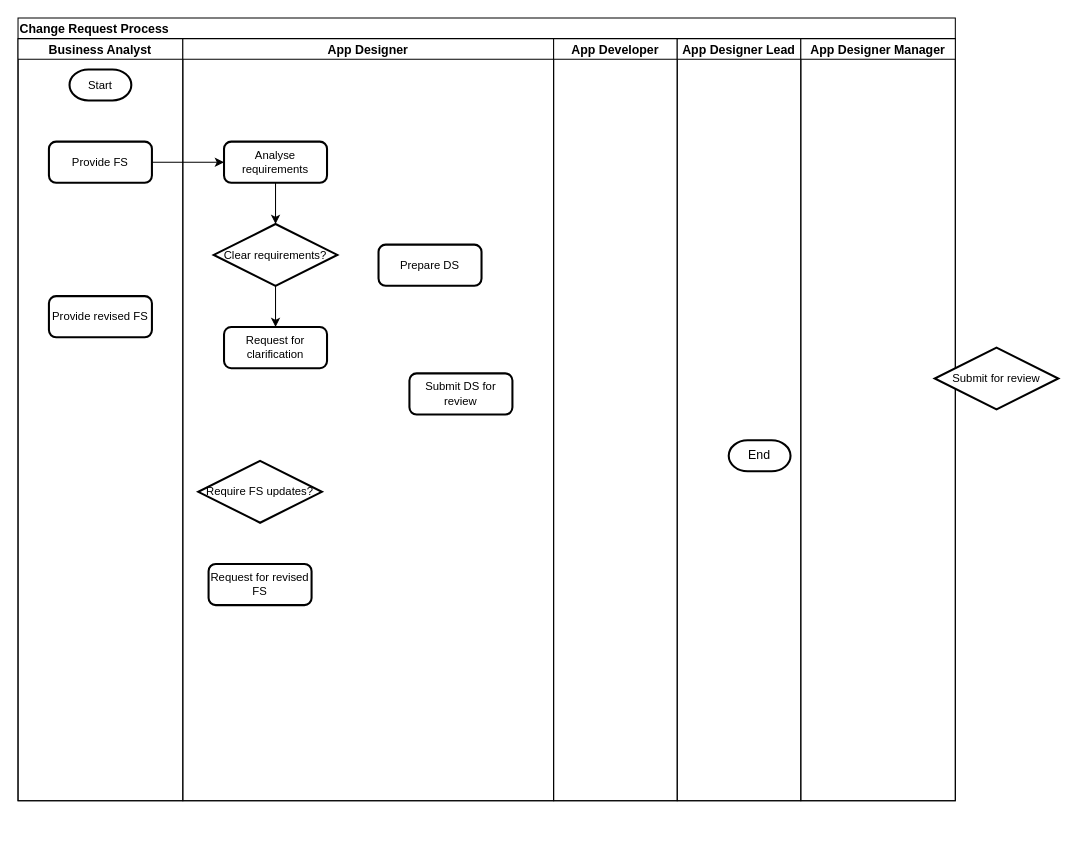
Above: process.drawio in titangal/hello-world (draw.io), before the change. Source tidied: cells renumbered, new cells numbered last; positions are measured from the earlier drawing's top-left corner, leaving out a move shared by most shapes. Both pictures are drawn from the tidied source at 103%, with x=0, y=0 at pixel (18, 18).
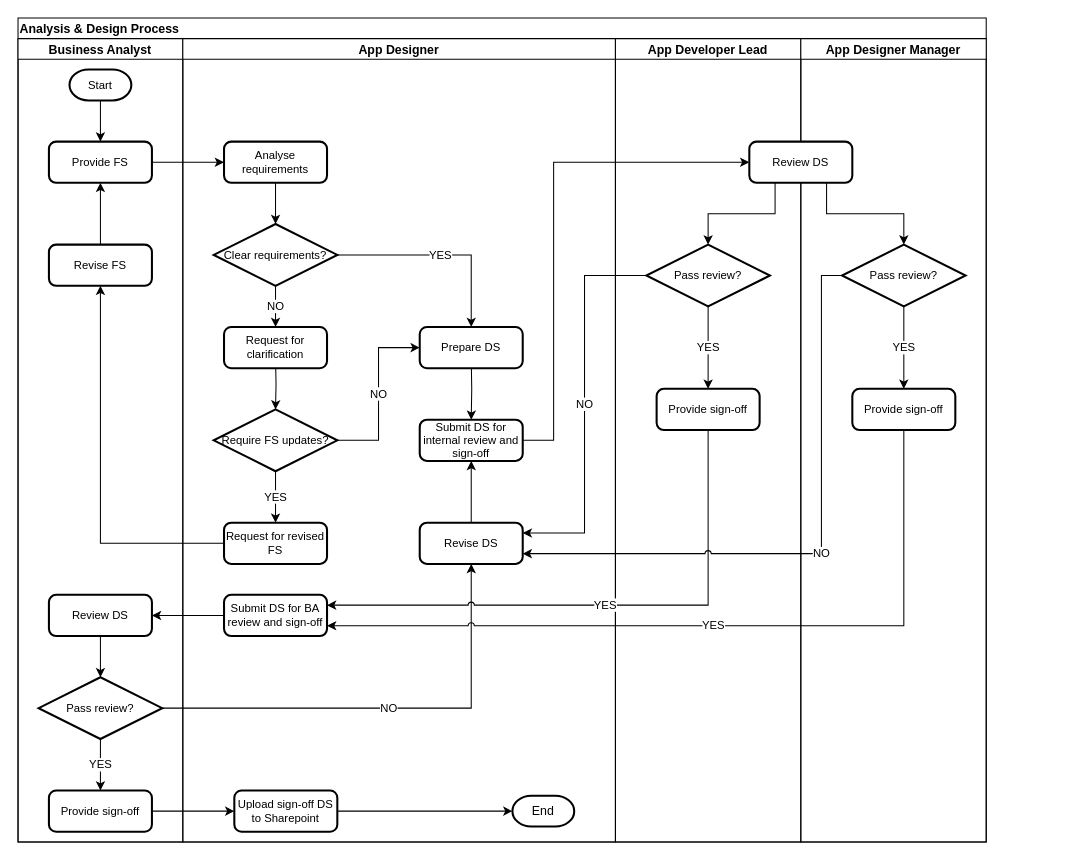
The same page after the edit.

Unchanged cells that the change refers to:
```xml
<mxCell id="4" value="Start" style="strokeWidth=2;html=1;shape=mxgraph.flowchart.terminator;whiteSpace=wrap;align=center;fontSize=11;" parent="3" vertex="1">
  <mxGeometry x="50" y="30" width="60" height="30" as="geometry" />
</mxCell>
<mxCell id="5" value="Provide FS" style="rounded=1;whiteSpace=wrap;html=1;absoluteArcSize=1;arcSize=14;strokeWidth=2;align=center;fontSize=11;" parent="3" vertex="1">
  <mxGeometry x="30" y="100" width="100" height="40" as="geometry" />
</mxCell>
<mxCell id="11" value="Clear requirements?" style="strokeWidth=2;html=1;shape=mxgraph.flowchart.decision;whiteSpace=wrap;align=center;fontSize=11;" parent="7" vertex="1">
  <mxGeometry x="30" y="180" width="120" height="60" as="geometry" />
</mxCell>
<mxCell id="13" value="Request for clarification" style="rounded=1;whiteSpace=wrap;html=1;absoluteArcSize=1;arcSize=14;strokeWidth=2;align=center;fontSize=11;" parent="7" vertex="1">
  <mxGeometry x="40" y="280" width="100" height="40" as="geometry" />
</mxCell>
```

The edit, as a diff of the source:
```diff
@@
-    <mxCell id="2" value="Change Request Process" style="swimlane;startSize=20;align=left;" parent="1" vertex="1">
-      <mxGeometry width="910" height="760" as="geometry" />
+    <mxCell id="2" value="Analysis &amp; Design Process" style="swimlane;startSize=20;align=left;" parent="1" vertex="1">
+      <mxGeometry width="940" height="800" as="geometry" />
     </mxCell>
     <mxCell id="3" value="Business Analyst" style="swimlane;startSize=20;" parent="2" vertex="1">
-      <mxGeometry y="20" width="160" height="740" as="geometry" />
+      <mxGeometry y="20" width="160" height="780" as="geometry" />
     </mxCell>
+    <mxCell id="23" style="edgeStyle=orthogonalEdgeStyle;rounded=0;jettySize=auto;html=1;exitX=0.5;exitY=1;exitDx=0;exitDy=0;exitPerimeter=0;entryX=0.5;entryY=0;entryDx=0;entryDy=0;fontSize=11;" parent="3" edge="1" source="4" target="5">
+      <mxGeometry relative="1" as="geometry" />
+    </mxCell>
@@
-    <mxCell id="6" value="Provide revised FS" style="rounded=1;whiteSpace=wrap;html=1;absoluteArcSize=1;arcSize=14;strokeWidth=2;align=center;fontSize=11;" parent="3" vertex="1">
-      <mxGeometry x="30" y="250" width="100" height="40" as="geometry" />
-    </mxCell>
+    <mxCell id="24" style="edgeStyle=orthogonalEdgeStyle;rounded=0;jettySize=auto;html=1;exitX=0.5;exitY=0;exitDx=0;exitDy=0;entryX=0.5;entryY=1;entryDx=0;entryDy=0;fontSize=11;" parent="3" edge="1" source="25" target="5">
+      <mxGeometry relative="1" as="geometry" />
+    </mxCell>
+    <mxCell id="25" value="Revise FS" style="rounded=1;whiteSpace=wrap;html=1;absoluteArcSize=1;arcSize=14;strokeWidth=2;align=center;fontSize=11;" parent="3" vertex="1">
+      <mxGeometry x="30" y="200" width="100" height="40" as="geometry" />
+    </mxCell>
+    <mxCell id="26" style="edgeStyle=orthogonalEdgeStyle;rounded=0;jettySize=auto;html=1;exitX=0.5;exitY=1;exitDx=0;exitDy=0;fontSize=11;" parent="3" edge="1" source="27" target="29">
+      <mxGeometry relative="1" as="geometry" />
+    </mxCell>
+    <mxCell id="27" value="Review DS" style="rounded=1;whiteSpace=wrap;html=1;absoluteArcSize=1;arcSize=14;strokeWidth=2;align=center;fontSize=11;" parent="3" vertex="1">
+      <mxGeometry x="30" y="540" width="100" height="40" as="geometry" />
+    </mxCell>
+    <mxCell id="28" value="YES" style="edgeStyle=orthogonalEdgeStyle;rounded=0;jettySize=auto;html=1;exitX=0.5;exitY=1;exitDx=0;exitDy=0;exitPerimeter=0;fontSize=11;" parent="3" edge="1" source="29" target="30">
+      <mxGeometry relative="1" as="geometry" />
+    </mxCell>
+    <mxCell id="29" value="Pass review?" style="strokeWidth=2;html=1;shape=mxgraph.flowchart.decision;whiteSpace=wrap;align=center;fontSize=11;" parent="3" vertex="1">
+      <mxGeometry x="20" y="620" width="120" height="60" as="geometry" />
+    </mxCell>
+    <mxCell id="30" value="Provide sign-off" style="rounded=1;whiteSpace=wrap;html=1;absoluteArcSize=1;arcSize=14;strokeWidth=2;align=center;fontSize=11;" parent="3" vertex="1">
+      <mxGeometry x="30" y="730" width="100" height="40" as="geometry" />
+    </mxCell>
+    <mxCell id="31" value="NO" style="edgeStyle=orthogonalEdgeStyle;rounded=0;jettySize=auto;html=1;exitX=1;exitY=0.5;exitDx=0;exitDy=0;exitPerimeter=0;entryX=0.5;entryY=1;entryDx=0;entryDy=0;fontSize=11;" parent="2" edge="1" source="29" target="38">
+      <mxGeometry relative="1" as="geometry" />
+    </mxCell>
     <mxCell id="7" value="App Designer" style="swimlane;startSize=20;" parent="2" vertex="1">
-      <mxGeometry x="160" y="20" width="360" height="740" as="geometry" />
+      <mxGeometry x="160" y="20" width="420" height="780" as="geometry" />
     </mxCell>
@@
-    <mxCell id="10" style="edgeStyle=orthogonalEdgeStyle;rounded=0;jettySize=auto;html=1;exitX=0.5;exitY=1;exitDx=0;exitDy=0;exitPerimeter=0;entryX=0.5;entryY=0;entryDx=0;entryDy=0;fontSize=11;" parent="7" edge="1" source="11" target="13">
+    <mxCell id="10" value="NO" style="edgeStyle=orthogonalEdgeStyle;rounded=0;jettySize=auto;html=1;exitX=0.5;exitY=1;exitDx=0;exitDy=0;exitPerimeter=0;entryX=0.5;entryY=0;entryDx=0;entryDy=0;fontSize=11;" parent="7" edge="1" source="11" target="13">
       <mxGeometry relative="1" as="geometry" />
     </mxCell>
+    <mxCell id="32" value="YES" style="edgeStyle=orthogonalEdgeStyle;rounded=0;jettySize=auto;html=1;exitX=1;exitY=0.5;exitDx=0;exitDy=0;exitPerimeter=0;entryX=0.5;entryY=0;entryDx=0;entryDy=0;fontSize=11;" parent="7" edge="1" source="11" target="12">
+      <mxGeometry relative="1" as="geometry" />
+    </mxCell>
@@
+    <mxCell id="33" style="edgeStyle=orthogonalEdgeStyle;rounded=0;jettySize=auto;html=1;exitX=0.5;exitY=1;exitDx=0;exitDy=0;entryX=0.5;entryY=0;entryDx=0;entryDy=0;fontSize=11;" parent="7" edge="1" target="16">
+      <mxGeometry relative="1" as="geometry">
+        <mxPoint x="280" y="310" as="sourcePoint" />
+      </mxGeometry>
+    </mxCell>
     <mxCell id="12" value="Prepare DS" style="rounded=1;whiteSpace=wrap;html=1;absoluteArcSize=1;arcSize=14;strokeWidth=2;align=center;fontSize=11;" parent="7" vertex="1">
-      <mxGeometry x="190" y="200" width="100" height="40" as="geometry" />
+      <mxGeometry x="230" y="280" width="100" height="40" as="geometry" />
     </mxCell>
+    <mxCell id="34" style="edgeStyle=orthogonalEdgeStyle;rounded=0;jettySize=auto;html=1;exitX=0.5;exitY=1;exitDx=0;exitDy=0;entryX=0.5;entryY=0;entryDx=0;entryDy=0;entryPerimeter=0;fontSize=11;" parent="7" edge="1" target="14">
+      <mxGeometry relative="1" as="geometry">
+        <mxPoint x="90" y="310" as="sourcePoint" />
+      </mxGeometry>
+    </mxCell>
@@
+    <mxCell id="35" value="YES" style="edgeStyle=orthogonalEdgeStyle;rounded=0;jettySize=auto;html=1;exitX=0.5;exitY=1;exitDx=0;exitDy=0;exitPerimeter=0;entryX=0.5;entryY=0;entryDx=0;entryDy=0;fontSize=11;" parent="7" edge="1" source="14" target="15">
+      <mxGeometry relative="1" as="geometry" />
+    </mxCell>
+    <mxCell id="36" value="NO" style="edgeStyle=orthogonalEdgeStyle;rounded=0;jettySize=auto;html=1;exitX=1;exitY=0.5;exitDx=0;exitDy=0;exitPerimeter=0;entryX=0;entryY=0.5;entryDx=0;entryDy=0;fontSize=11;" parent="7" edge="1" source="14" target="12">
+      <mxGeometry relative="1" as="geometry" />
+    </mxCell>
     <mxCell id="14" value="Require FS updates?" style="strokeWidth=2;html=1;shape=mxgraph.flowchart.decision;whiteSpace=wrap;align=center;fontSize=11;" parent="7" vertex="1">
-      <mxGeometry x="15" y="410" width="120" height="60" as="geometry" />
+      <mxGeometry x="30" y="360" width="120" height="60" as="geometry" />
     </mxCell>
     <mxCell id="15" value="Request for revised FS" style="rounded=1;whiteSpace=wrap;html=1;absoluteArcSize=1;arcSize=14;strokeWidth=2;align=center;fontSize=11;" parent="7" vertex="1">
-      <mxGeometry x="25" y="510" width="100" height="40" as="geometry" />
+      <mxGeometry x="40" y="470" width="100" height="40" as="geometry" />
     </mxCell>
-    <mxCell id="16" value="Submit DS for review" style="rounded=1;whiteSpace=wrap;html=1;absoluteArcSize=1;arcSize=14;strokeWidth=2;align=center;fontSize=11;" parent="7" vertex="1">
-      <mxGeometry x="220" y="325" width="100" height="40" as="geometry" />
+    <mxCell id="16" value="Submit DS for internal review and sign-off" style="rounded=1;whiteSpace=wrap;html=1;absoluteArcSize=1;arcSize=14;strokeWidth=2;align=center;fontSize=11;" parent="7" vertex="1">
+      <mxGeometry x="230" y="370" width="100" height="40" as="geometry" />
     </mxCell>
-    <mxCell id="17" value="App Developer" style="swimlane;startSize=20;" parent="2" vertex="1">
-      <mxGeometry x="520" y="20" width="120" height="740" as="geometry" />
-    </mxCell>
+    <mxCell id="37" style="edgeStyle=orthogonalEdgeStyle;rounded=0;jettySize=auto;html=1;exitX=0.5;exitY=0;exitDx=0;exitDy=0;entryX=0.5;entryY=1;entryDx=0;entryDy=0;fontSize=11;" parent="7" edge="1" source="38" target="16">
+      <mxGeometry relative="1" as="geometry" />
+    </mxCell>
+    <mxCell id="38" value="Revise DS" style="rounded=1;whiteSpace=wrap;html=1;absoluteArcSize=1;arcSize=14;strokeWidth=2;align=center;fontSize=11;" parent="7" vertex="1">
+      <mxGeometry x="230" y="470" width="100" height="40" as="geometry" />
+    </mxCell>
+    <mxCell id="39" value="Submit DS for BA review and sign-off" style="rounded=1;whiteSpace=wrap;html=1;absoluteArcSize=1;arcSize=14;strokeWidth=2;align=center;fontSize=11;" parent="7" vertex="1">
+      <mxGeometry x="40" y="540" width="100" height="40" as="geometry" />
+    </mxCell>
+    <mxCell id="40" value="Upload sign-off DS to Sharepoint" style="rounded=1;whiteSpace=wrap;html=1;absoluteArcSize=1;arcSize=14;strokeWidth=2;align=center;fontSize=11;" parent="7" vertex="1">
+      <mxGeometry x="50" y="730" width="100" height="40" as="geometry" />
+    </mxCell>
+    <mxCell id="21" value="End" style="strokeWidth=2;html=1;shape=mxgraph.flowchart.terminator;whiteSpace=wrap;align=center;" parent="7" vertex="1">
+      <mxGeometry x="320" y="735" width="60" height="30" as="geometry" />
+    </mxCell>
+    <mxCell id="41" style="edgeStyle=orthogonalEdgeStyle;rounded=0;jettySize=auto;html=1;exitX=1;exitY=0.5;exitDx=0;exitDy=0;fontSize=11;entryX=0;entryY=0.5;entryDx=0;entryDy=0;entryPerimeter=0;" parent="7" edge="1" source="40" target="21">
+      <mxGeometry relative="1" as="geometry" />
+    </mxCell>
-    <mxCell id="18" value="App Designer Lead" style="swimlane;startSize=20;" parent="2" vertex="1">
-      <mxGeometry x="640" y="20" width="120" height="740" as="geometry" />
+    <mxCell id="18" value="App Developer Lead" style="swimlane;startSize=20;" parent="2" vertex="1">
+      <mxGeometry x="580" y="20" width="180" height="780" as="geometry" />
     </mxCell>
+    <mxCell id="42" value="YES" style="edgeStyle=orthogonalEdgeStyle;rounded=0;jettySize=auto;html=1;exitX=0.5;exitY=1;exitDx=0;exitDy=0;exitPerimeter=0;fontSize=11;" parent="18" edge="1" source="22" target="43">
+      <mxGeometry relative="1" as="geometry" />
+    </mxCell>
+    <mxCell id="22" value="Pass review?" style="strokeWidth=2;html=1;shape=mxgraph.flowchart.decision;whiteSpace=wrap;align=center;fontSize=11;" parent="18" vertex="1">
+      <mxGeometry x="30" y="200" width="120" height="60" as="geometry" />
+    </mxCell>
+    <mxCell id="43" value="Provide sign-off" style="rounded=1;whiteSpace=wrap;html=1;absoluteArcSize=1;arcSize=14;strokeWidth=2;align=center;fontSize=11;" parent="18" vertex="1">
+      <mxGeometry x="40" y="340" width="100" height="40" as="geometry" />
+    </mxCell>
     <mxCell id="19" value="App Designer Manager" style="swimlane;startSize=20;" parent="2" vertex="1">
-      <mxGeometry x="760" y="20" width="150" height="740" as="geometry" />
+      <mxGeometry x="760" y="20" width="180" height="780" as="geometry" />
     </mxCell>
+    <mxCell id="44" style="edgeStyle=orthogonalEdgeStyle;rounded=0;jettySize=auto;html=1;exitX=0.75;exitY=1;exitDx=0;exitDy=0;entryX=0.5;entryY=0;entryDx=0;entryDy=0;entryPerimeter=0;fontSize=11;" parent="19" edge="1" source="45" target="47">
+      <mxGeometry relative="1" as="geometry" />
+    </mxCell>
+    <mxCell id="45" value="Review DS" style="rounded=1;whiteSpace=wrap;html=1;absoluteArcSize=1;arcSize=14;strokeWidth=2;align=center;fontSize=11;" parent="19" vertex="1">
+      <mxGeometry x="-50" y="100" width="100" height="40" as="geometry" />
+    </mxCell>
+    <mxCell id="46" value="YES" style="edgeStyle=orthogonalEdgeStyle;rounded=0;jettySize=auto;html=1;exitX=0.5;exitY=1;exitDx=0;exitDy=0;exitPerimeter=0;entryX=0.5;entryY=0;entryDx=0;entryDy=0;fontSize=11;" parent="19" edge="1" source="47" target="48">
+      <mxGeometry relative="1" as="geometry" />
+    </mxCell>
+    <mxCell id="47" value="Pass review?" style="strokeWidth=2;html=1;shape=mxgraph.flowchart.decision;whiteSpace=wrap;align=center;fontSize=11;" parent="19" vertex="1">
+      <mxGeometry x="40" y="200" width="120" height="60" as="geometry" />
+    </mxCell>
+    <mxCell id="48" value="Provide sign-off" style="rounded=1;whiteSpace=wrap;html=1;absoluteArcSize=1;arcSize=14;strokeWidth=2;align=center;fontSize=11;" parent="19" vertex="1">
+      <mxGeometry x="50" y="340" width="100" height="40" as="geometry" />
+    </mxCell>
@@
-    <mxCell id="21" value="End" style="strokeWidth=2;html=1;shape=mxgraph.flowchart.terminator;whiteSpace=wrap;align=center;" parent="1" vertex="1">
-      <mxGeometry x="690" y="410" width="60" height="30" as="geometry" />
-    </mxCell>
-    <mxCell id="22" value="Submit for review" style="strokeWidth=2;html=1;shape=mxgraph.flowchart.decision;whiteSpace=wrap;align=center;fontSize=11;" parent="1" vertex="1">
-      <mxGeometry x="890" y="320" width="120" height="60" as="geometry" />
-    </mxCell>
+    <mxCell id="49" style="edgeStyle=orthogonalEdgeStyle;rounded=0;jettySize=auto;html=1;exitX=0;exitY=0.5;exitDx=0;exitDy=0;entryX=0.5;entryY=1;entryDx=0;entryDy=0;fontSize=11;" parent="2" edge="1" source="15" target="25">
+      <mxGeometry relative="1" as="geometry" />
+    </mxCell>
+    <mxCell id="50" style="edgeStyle=orthogonalEdgeStyle;rounded=0;jettySize=auto;html=1;exitX=0.25;exitY=1;exitDx=0;exitDy=0;entryX=0.5;entryY=0;entryDx=0;entryDy=0;entryPerimeter=0;fontSize=11;" parent="2" edge="1" source="45" target="22">
+      <mxGeometry relative="1" as="geometry" />
+    </mxCell>
+    <mxCell id="51" value="YES" style="edgeStyle=orthogonalEdgeStyle;rounded=0;jettySize=auto;html=1;exitX=0.5;exitY=1;exitDx=0;exitDy=0;entryX=1;entryY=0.25;entryDx=0;entryDy=0;fontSize=11;jumpStyle=arc;" parent="2" edge="1" source="43" target="39">
+      <mxGeometry relative="1" as="geometry" />
+    </mxCell>
+    <mxCell id="52" value="YES" style="edgeStyle=orthogonalEdgeStyle;rounded=0;jettySize=auto;html=1;exitX=0.5;exitY=1;exitDx=0;exitDy=0;fontSize=11;entryX=1;entryY=0.75;entryDx=0;entryDy=0;jumpStyle=arc;" parent="2" edge="1" source="48" target="39">
+      <mxGeometry relative="1" as="geometry" />
+    </mxCell>
+    <mxCell id="53" style="edgeStyle=orthogonalEdgeStyle;rounded=0;jettySize=auto;html=1;exitX=0;exitY=0.5;exitDx=0;exitDy=0;fontSize=11;" parent="2" edge="1" source="39" target="27">
+      <mxGeometry relative="1" as="geometry" />
+    </mxCell>
+    <mxCell id="54" style="edgeStyle=orthogonalEdgeStyle;rounded=0;jettySize=auto;html=1;exitX=1;exitY=0.5;exitDx=0;exitDy=0;entryX=0;entryY=0.5;entryDx=0;entryDy=0;fontSize=11;" parent="2" edge="1" source="16" target="45">
+      <mxGeometry relative="1" as="geometry">
+        <Array as="points">
+          <mxPoint x="520" y="410" />
+          <mxPoint x="520" y="140" />
+        </Array>
+      </mxGeometry>
+    </mxCell>
+    <mxCell id="55" style="edgeStyle=orthogonalEdgeStyle;rounded=0;jettySize=auto;html=1;exitX=1;exitY=0.5;exitDx=0;exitDy=0;entryX=0;entryY=0.5;entryDx=0;entryDy=0;fontSize=11;" parent="2" edge="1" source="30" target="40">
+      <mxGeometry relative="1" as="geometry" />
+    </mxCell>
+    <mxCell id="56" value="NO" style="edgeStyle=orthogonalEdgeStyle;rounded=0;jumpStyle=arc;jettySize=auto;html=1;exitX=0;exitY=0.5;exitDx=0;exitDy=0;exitPerimeter=0;entryX=1;entryY=0.75;entryDx=0;entryDy=0;" parent="2" edge="1" source="47" target="38">
+      <mxGeometry relative="1" as="geometry">
+        <Array as="points">
+          <mxPoint x="780" y="250" />
+          <mxPoint x="780" y="520" />
+        </Array>
+      </mxGeometry>
+    </mxCell>
+    <mxCell id="57" value="NO" style="edgeStyle=orthogonalEdgeStyle;rounded=0;jumpStyle=arc;jettySize=auto;html=1;exitX=0;exitY=0.5;exitDx=0;exitDy=0;exitPerimeter=0;entryX=1;entryY=0.25;entryDx=0;entryDy=0;" parent="2" edge="1" source="22" target="38">
+      <mxGeometry relative="1" as="geometry" />
+    </mxCell>
```
